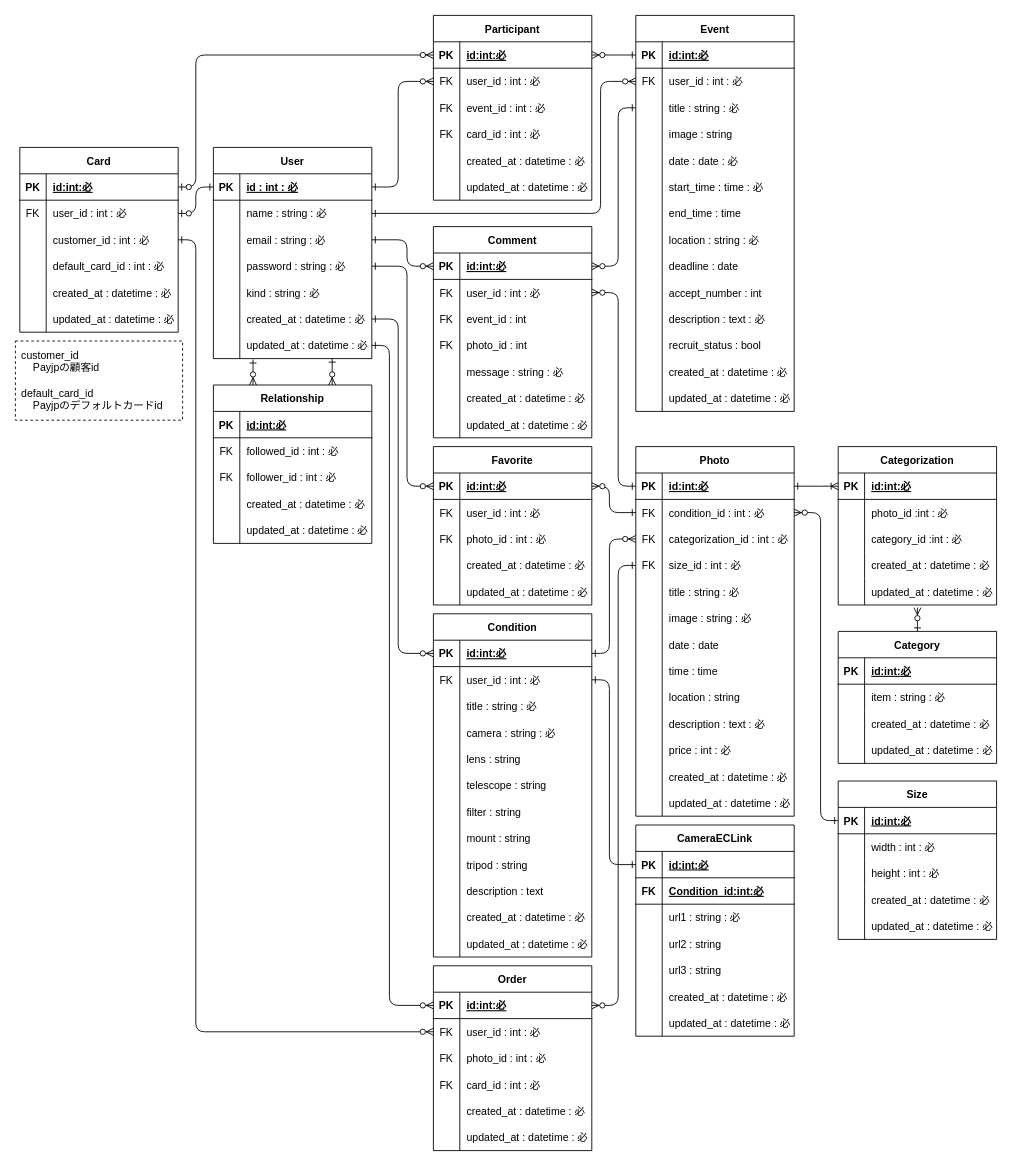
The draw.io diagram outline/ERchart.drawio in UtaSuzuki/astrogram, before the edit. Source tidied: cells renumbered, new cells numbered last; positions are measured from the earlier drawing's top-left corner, leaving out a move shared by most shapes. Both pictures are drawn from the tidied source at 88%, with x=0, y=0 at pixel (15, 15).
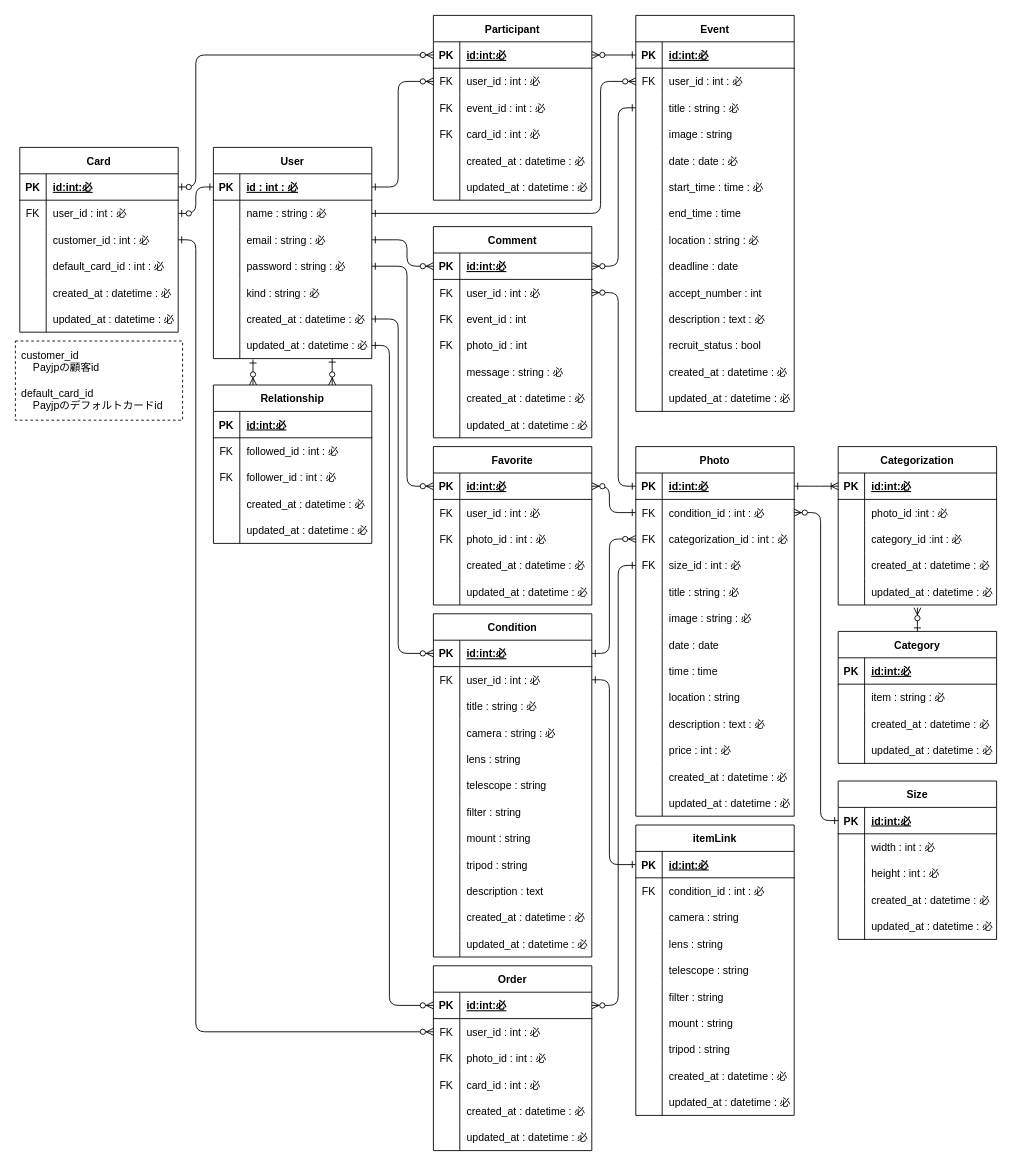
After the change.

Unchanged cells that the change refers to:
```xml
<mxCell id="28" style="shape=partialRectangle;fillColor=none;top=0;left=0;bottom=0;right=0;points=[[0,0.5],[1,0.5]];portConstraint=eastwest;" parent="24" vertex="1">
  <mxGeometry y="60" width="180" height="30" as="geometry" />
</mxCell>
```

The edit, as a diff of the source:
```diff
@@
-    <mxCell id="321" value="CameraECLink" style="shape=table;startSize=30;childLayout=tableLayout;rowLines=0;fontStyle=1;align=center;" parent="1" vertex="1">
-      <mxGeometry x="705" y="920" width="180" height="240" as="geometry" />
-    </mxCell>
+    <mxCell id="343" style="edgeStyle=elbowEdgeStyle;fontSize=12;html=1;endArrow=ERone;startArrow=ERone;exitX=1;exitY=0.5;exitDx=0;exitDy=0;entryX=0;entryY=0.5;entryDx=0;entryDy=0;startFill=0;endFill=0;" parent="1" edge="1" source="28" target="322">
+      <mxGeometry relative="1" as="geometry">
+        <Array as="points">
+          <mxPoint x="675" y="840" />
+          <mxPoint x="675" y="690" />
+          <mxPoint x="745" y="700" />
+          <mxPoint x="795" y="710" />
+        </Array>
+      </mxGeometry>
+    </mxCell>
+    <mxCell id="344" value="itemLink" style="shape=table;startSize=30;childLayout=tableLayout;rowLines=0;fontStyle=1;align=center;" parent="1" vertex="1">
+      <mxGeometry x="705" y="920" width="180" height="330" as="geometry" />
+    </mxCell>
-    <mxCell id="322" style="shape=partialRectangle;fillColor=none;top=0;left=0;bottom=1;right=0;points=[[0,0.5],[1,0.5]];portConstraint=eastwest;" parent="321" vertex="1">
+    <mxCell id="322" style="shape=partialRectangle;fillColor=none;top=0;left=0;bottom=1;right=0;points=[[0,0.5],[1,0.5]];portConstraint=eastwest;" parent="344" vertex="1">
       <mxGeometry y="30" width="180" height="30" as="geometry" />
     </mxCell>
@@
-    <mxCell id="325" style="shape=partialRectangle;fillColor=none;top=0;left=0;bottom=1;right=0;" parent="321" vertex="1">
-      <mxGeometry y="60" width="180" height="30" as="geometry" />
-    </mxCell>
+    <mxCell id="345" style="shape=partialRectangle;fillColor=none;top=0;left=0;bottom=0;right=0;" parent="344" vertex="1">
+      <mxGeometry y="60" width="180" height="30" as="geometry" />
+    </mxCell>
-    <mxCell id="326" value="FK" style="shape=partialRectangle;fillColor=none;top=0;left=0;bottom=0;right=0;fontStyle=1;overflow=hidden;" parent="325" vertex="1">
+    <mxCell id="326" value="FK" style="shape=partialRectangle;fillColor=none;top=0;left=0;bottom=0;right=0;overflow=hidden;" parent="345" vertex="1">
       <mxGeometry width="30" height="30" as="geometry" />
     </mxCell>
-    <mxCell id="327" value="Condition_id:int:必" style="shape=partialRectangle;fillColor=none;top=0;left=0;bottom=0;right=0;align=left;spacingLeft=6;fontStyle=5;overflow=hidden;" parent="325" vertex="1">
-      <mxGeometry x="30" width="150" height="30" as="geometry" />
-    </mxCell>
+    <mxCell id="346" value="condition_id : int : 必" style="shape=partialRectangle;fillColor=none;top=0;left=0;bottom=0;right=0;align=left;spacingLeft=6;overflow=hidden;" parent="345" vertex="1">
+      <mxGeometry x="30" width="150" height="30" as="geometry" />
+    </mxCell>
-    <mxCell id="328" style="shape=partialRectangle;fillColor=none;top=0;left=0;bottom=0;right=0;" parent="321" vertex="1">
+    <mxCell id="328" style="shape=partialRectangle;fillColor=none;top=0;left=0;bottom=0;right=0;" parent="344" vertex="1">
       <mxGeometry y="90" width="180" height="30" as="geometry" />
     </mxCell>
-    <mxCell id="329" style="shape=partialRectangle;fillColor=none;top=0;left=0;bottom=0;right=0;overflow=hidden;" parent="328" vertex="1">
-      <mxGeometry width="30" height="30" as="geometry" />
-    </mxCell>
-    <mxCell id="330" value="url1 : string : 必" style="shape=partialRectangle;fillColor=none;top=0;left=0;bottom=0;right=0;align=left;spacingLeft=6;overflow=hidden;" parent="328" vertex="1">
-      <mxGeometry x="30" width="150" height="30" as="geometry" />
-    </mxCell>
+    <mxCell id="347" style="shape=partialRectangle;fillColor=none;top=0;left=0;bottom=0;right=0;overflow=hidden;" parent="328" vertex="1">
+      <mxGeometry width="30" height="30" as="geometry" />
+    </mxCell>
+    <mxCell id="348" value="camera : string" style="shape=partialRectangle;fillColor=none;top=0;left=0;bottom=0;right=0;align=left;spacingLeft=6;overflow=hidden;" parent="328" vertex="1">
+      <mxGeometry x="30" width="150" height="30" as="geometry" />
+    </mxCell>
-    <mxCell id="331" style="shape=partialRectangle;fillColor=none;top=0;left=0;bottom=0;right=0;" parent="321" vertex="1">
+    <mxCell id="331" style="shape=partialRectangle;fillColor=none;top=0;left=0;bottom=0;right=0;" parent="344" vertex="1">
       <mxGeometry y="120" width="180" height="30" as="geometry" />
     </mxCell>
-    <mxCell id="332" style="shape=partialRectangle;fillColor=none;top=0;left=0;bottom=0;right=0;overflow=hidden;" parent="331" vertex="1">
-      <mxGeometry width="30" height="30" as="geometry" />
-    </mxCell>
-    <mxCell id="333" value="url2 : string" style="shape=partialRectangle;fillColor=none;top=0;left=0;bottom=0;right=0;align=left;spacingLeft=6;overflow=hidden;" parent="331" vertex="1">
-      <mxGeometry x="30" width="150" height="30" as="geometry" />
-    </mxCell>
+    <mxCell id="349" style="shape=partialRectangle;fillColor=none;top=0;left=0;bottom=0;right=0;overflow=hidden;" parent="331" vertex="1">
+      <mxGeometry width="30" height="30" as="geometry" />
+    </mxCell>
+    <mxCell id="350" value="lens : string" style="shape=partialRectangle;fillColor=none;top=0;left=0;bottom=0;right=0;align=left;spacingLeft=6;overflow=hidden;" parent="331" vertex="1">
+      <mxGeometry x="30" width="150" height="30" as="geometry" />
+    </mxCell>
-    <mxCell id="334" style="shape=partialRectangle;fillColor=none;top=0;left=0;bottom=0;right=0;" parent="321" vertex="1">
+    <mxCell id="334" style="shape=partialRectangle;fillColor=none;top=0;left=0;bottom=0;right=0;" parent="344" vertex="1">
       <mxGeometry y="150" width="180" height="30" as="geometry" />
     </mxCell>
-    <mxCell id="335" style="shape=partialRectangle;fillColor=none;top=0;left=0;bottom=0;right=0;overflow=hidden;" parent="334" vertex="1">
-      <mxGeometry width="30" height="30" as="geometry" />
-    </mxCell>
-    <mxCell id="336" value="url3 : string" style="shape=partialRectangle;fillColor=none;top=0;left=0;bottom=0;right=0;align=left;spacingLeft=6;overflow=hidden;" parent="334" vertex="1">
-      <mxGeometry x="30" width="150" height="30" as="geometry" />
-    </mxCell>
+    <mxCell id="351" style="shape=partialRectangle;fillColor=none;top=0;left=0;bottom=0;right=0;overflow=hidden;" parent="334" vertex="1">
+      <mxGeometry width="30" height="30" as="geometry" />
+    </mxCell>
+    <mxCell id="352" value="telescope : string" style="shape=partialRectangle;fillColor=none;top=0;left=0;bottom=0;right=0;align=left;spacingLeft=6;overflow=hidden;" parent="334" vertex="1">
+      <mxGeometry x="30" width="150" height="30" as="geometry" />
+    </mxCell>
-    <mxCell id="337" style="shape=partialRectangle;fillColor=none;top=0;left=0;bottom=0;right=0;" parent="321" vertex="1">
+    <mxCell id="337" style="shape=partialRectangle;fillColor=none;top=0;left=0;bottom=0;right=0;" parent="344" vertex="1">
       <mxGeometry y="180" width="180" height="30" as="geometry" />
     </mxCell>
-    <mxCell id="338" style="shape=partialRectangle;fillColor=none;top=0;left=0;bottom=0;right=0;overflow=hidden;" parent="337" vertex="1">
-      <mxGeometry width="30" height="30" as="geometry" />
-    </mxCell>
+    <mxCell id="353" style="shape=partialRectangle;fillColor=none;top=0;left=0;bottom=0;right=0;overflow=hidden;" parent="337" vertex="1">
+      <mxGeometry width="30" height="30" as="geometry" />
+    </mxCell>
+    <mxCell id="354" value="filter : string" style="shape=partialRectangle;fillColor=none;top=0;left=0;bottom=0;right=0;align=left;spacingLeft=6;overflow=hidden;" parent="337" vertex="1">
+      <mxGeometry x="30" width="150" height="30" as="geometry" />
+    </mxCell>
+    <mxCell id="340" style="shape=partialRectangle;fillColor=none;top=0;left=0;bottom=0;right=0;" parent="344" vertex="1">
+      <mxGeometry y="210" width="180" height="30" as="geometry" />
+    </mxCell>
+    <mxCell id="355" style="shape=partialRectangle;fillColor=none;top=0;left=0;bottom=0;right=0;overflow=hidden;" parent="340" vertex="1">
+      <mxGeometry width="30" height="30" as="geometry" />
+    </mxCell>
+    <mxCell id="356" value="mount : string" style="shape=partialRectangle;fillColor=none;top=0;left=0;bottom=0;right=0;align=left;spacingLeft=6;overflow=hidden;" parent="340" vertex="1">
+      <mxGeometry x="30" width="150" height="30" as="geometry" />
+    </mxCell>
+    <mxCell id="357" style="shape=partialRectangle;fillColor=none;top=0;left=0;bottom=0;right=0;" parent="344" vertex="1">
+      <mxGeometry y="240" width="180" height="30" as="geometry" />
+    </mxCell>
+    <mxCell id="358" style="shape=partialRectangle;fillColor=none;top=0;left=0;bottom=0;right=0;overflow=hidden;" parent="357" vertex="1">
+      <mxGeometry width="30" height="30" as="geometry" />
+    </mxCell>
+    <mxCell id="359" value="tripod : string" style="shape=partialRectangle;fillColor=none;top=0;left=0;bottom=0;right=0;align=left;spacingLeft=6;overflow=hidden;" parent="357" vertex="1">
+      <mxGeometry x="30" width="150" height="30" as="geometry" />
+    </mxCell>
+    <mxCell id="360" style="shape=partialRectangle;fillColor=none;top=0;left=0;bottom=0;right=0;" parent="344" vertex="1">
+      <mxGeometry y="270" width="180" height="30" as="geometry" />
+    </mxCell>
+    <mxCell id="361" style="shape=partialRectangle;fillColor=none;top=0;left=0;bottom=0;right=0;overflow=hidden;" parent="360" vertex="1">
+      <mxGeometry width="30" height="30" as="geometry" />
+    </mxCell>
-    <mxCell id="339" value="created_at : datetime : 必" style="shape=partialRectangle;fillColor=none;top=0;left=0;bottom=0;right=0;align=left;spacingLeft=6;overflow=hidden;" parent="337" vertex="1">
+    <mxCell id="339" value="created_at : datetime : 必" style="shape=partialRectangle;fillColor=none;top=0;left=0;bottom=0;right=0;align=left;spacingLeft=6;overflow=hidden;" parent="360" vertex="1">
       <mxGeometry x="30" width="150" height="30" as="geometry" />
     </mxCell>
-    <mxCell id="340" style="shape=partialRectangle;fillColor=none;top=0;left=0;bottom=0;right=0;" parent="321" vertex="1">
-      <mxGeometry y="210" width="180" height="30" as="geometry" />
-    </mxCell>
-    <mxCell id="341" style="shape=partialRectangle;fillColor=none;top=0;left=0;bottom=0;right=0;overflow=hidden;" parent="340" vertex="1">
-      <mxGeometry width="30" height="30" as="geometry" />
-    </mxCell>
+    <mxCell id="362" style="shape=partialRectangle;fillColor=none;top=0;left=0;bottom=0;right=0;" parent="344" vertex="1">
+      <mxGeometry y="300" width="180" height="30" as="geometry" />
+    </mxCell>
+    <mxCell id="363" style="shape=partialRectangle;fillColor=none;top=0;left=0;bottom=0;right=0;overflow=hidden;" parent="362" vertex="1">
+      <mxGeometry width="30" height="30" as="geometry" />
+    </mxCell>
-    <mxCell id="342" value="updated_at : datetime : 必" style="shape=partialRectangle;fillColor=none;top=0;left=0;bottom=0;right=0;align=left;spacingLeft=6;overflow=hidden;" parent="340" vertex="1">
+    <mxCell id="342" value="updated_at : datetime : 必" style="shape=partialRectangle;fillColor=none;top=0;left=0;bottom=0;right=0;align=left;spacingLeft=6;overflow=hidden;" parent="362" vertex="1">
       <mxGeometry x="30" width="150" height="30" as="geometry" />
     </mxCell>
-    <mxCell id="343" style="edgeStyle=elbowEdgeStyle;fontSize=12;html=1;endArrow=ERone;startArrow=ERone;exitX=1;exitY=0.5;exitDx=0;exitDy=0;entryX=0;entryY=0.5;entryDx=0;entryDy=0;startFill=0;endFill=0;" parent="1" edge="1" source="28" target="322">
-      <mxGeometry relative="1" as="geometry">
-        <Array as="points">
-          <mxPoint x="675" y="840" />
-          <mxPoint x="675" y="690" />
-          <mxPoint x="745" y="700" />
-          <mxPoint x="795" y="710" />
-        </Array>
-      </mxGeometry>
-    </mxCell>
```
